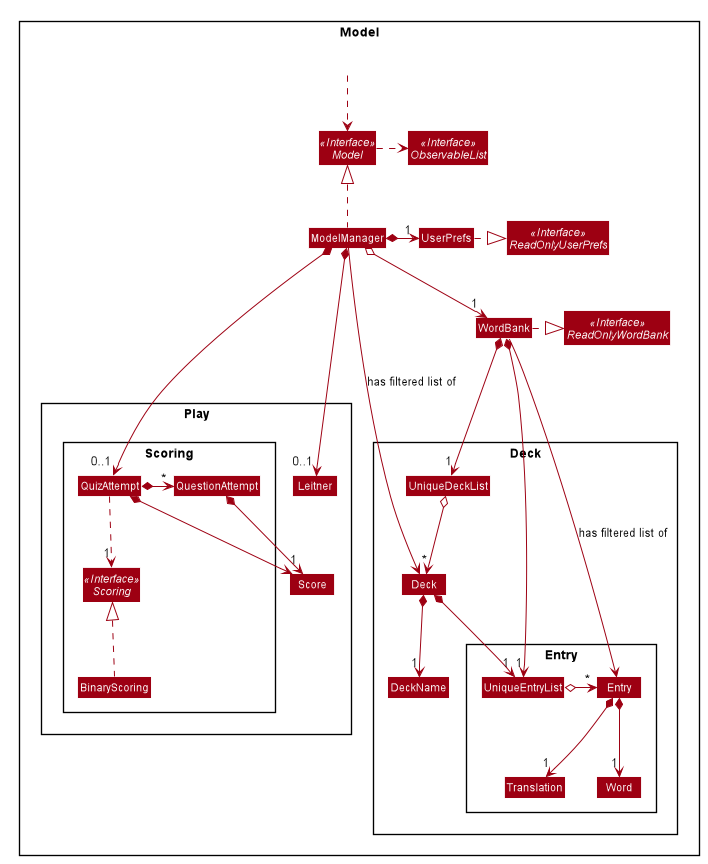
The PlantUML diagram docs/images/ModelClassDiagram.png in vigneshbhuvan-nus/tp, before a commit.
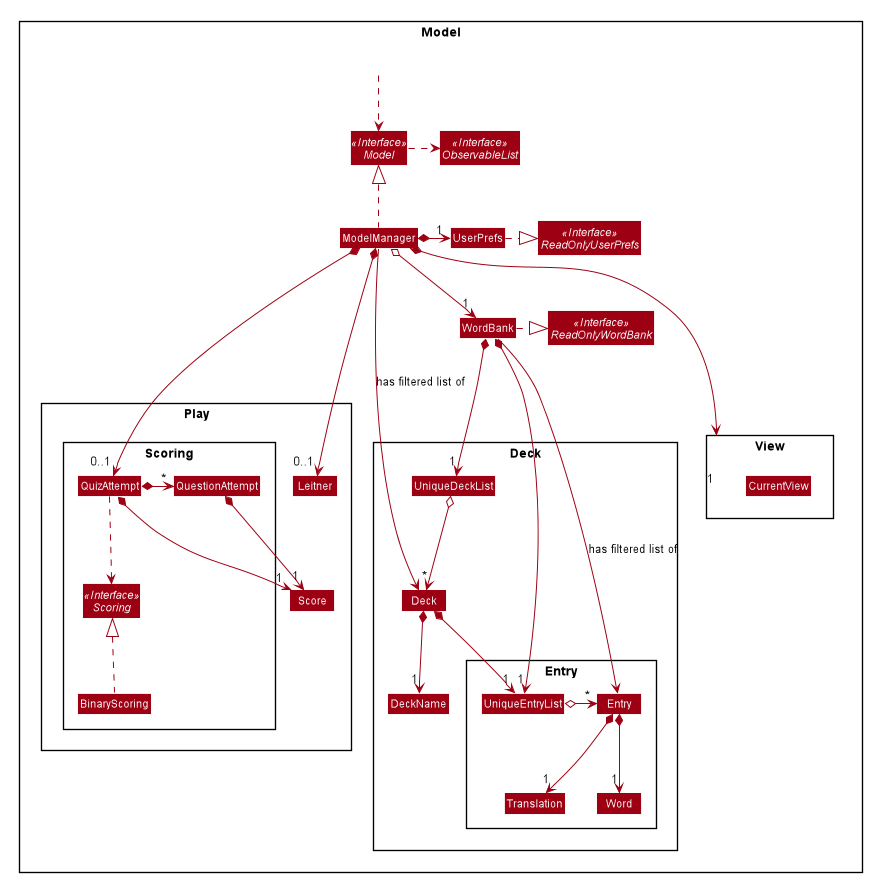
After the change.

Commit message:
Edit Model component to include view

Change to the diagram source:
```diff
@@ -72,6 +72,10 @@
 Class UniqueDeckList
 }
 
+Package View {
+Class CurrentView
+}
+
 Package Play {
 Package Scoring {
 Class BinaryScoring
@@ -102,9 +106,9 @@
 Deck *-->"1" UniqueEntryList
 
 BinaryScoring ..up|> Scoring
-QuizAttempt *--> Score
+QuizAttempt *-->"1" Score
 QuizAttempt *->"*" QuestionAttempt
-QuizAttempt ..>"1" Scoring
+QuizAttempt ..> Scoring
 QuestionAttempt *->"1" Score
 
 Score --up[hidden]> Leitner
@@ -119,6 +123,6 @@
 ModelManager *--->"0..1" Leitner
 ModelManager *-->"0..1" QuizAttempt
 ModelManager -> Deck: has filtered list of
-
+ModelManager *--->"1" View
 
 @enduml
```
